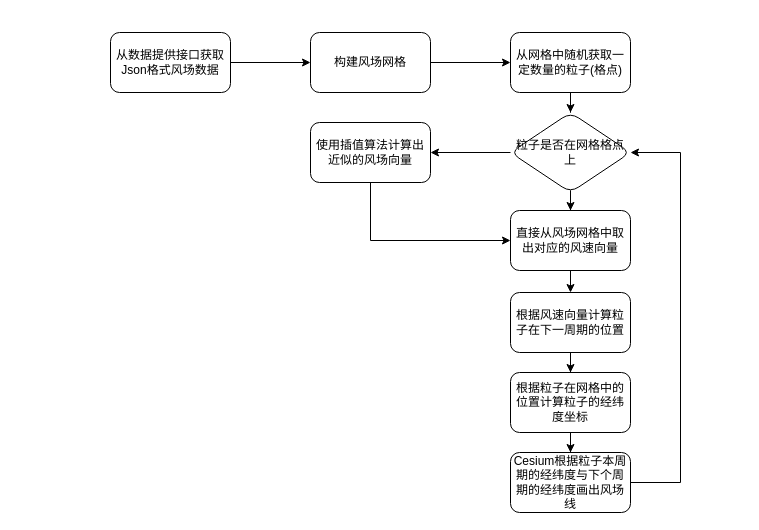
Before: particle-draw.drawio in xiangsanliu/drawio, a draw.io diagram. Source tidied: cells renumbered, new cells numbered last; positions are measured from the earlier drawing's top-left corner, leaving out a move shared by most shapes. Both pictures are drawn from the tidied source at 100%, with x=0, y=0 at pixel (110, 32).
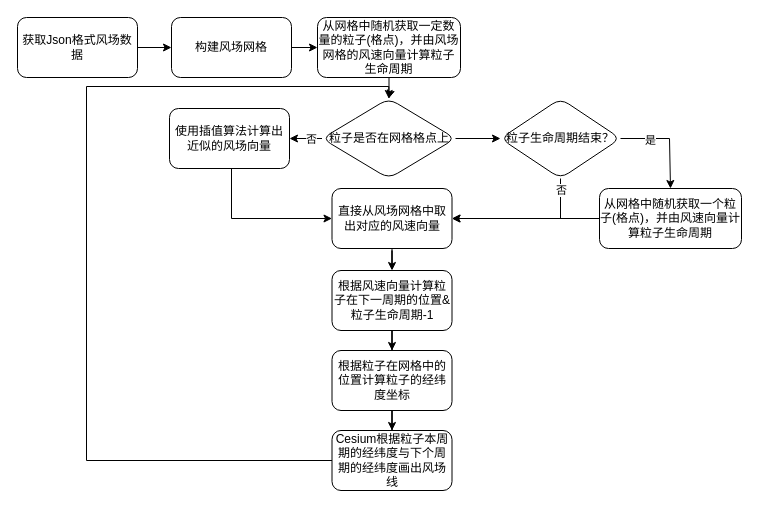
After the change.

The edit, as a diff of the source:
```diff
@@
-    <mxCell id="3" value="从数据提供接口获取Json格式风场数据" style="rounded=1;whiteSpace=wrap;html=1;" parent="1" vertex="1">
-      <mxGeometry width="120" height="60" as="geometry" />
+    <mxCell id="3" value="获取Json格式风场数据" style="rounded=1;whiteSpace=wrap;html=1;" parent="1" vertex="1">
+      <mxGeometry x="-93" y="-15" width="120" height="60" as="geometry" />
     </mxCell>
@@
     <mxCell id="5" value="构建风场网格" style="whiteSpace=wrap;html=1;rounded=1;" parent="1" vertex="1">
-      <mxGeometry x="200" width="120" height="60" as="geometry" />
+      <mxGeometry x="61" y="-15" width="120" height="60" as="geometry" />
     </mxCell>
-    <mxCell id="6" style="edgeStyle=orthogonalEdgeStyle;rounded=0;jettySize=auto;html=1;" parent="1" edge="1" source="7" target="10">
+    <mxCell id="6" style="edgeStyle=orthogonalEdgeStyle;rounded=0;jettySize=auto;html=1;entryX=0.5;entryY=0;entryDx=0;entryDy=0;" parent="1" edge="1" source="7" target="10">
       <mxGeometry relative="1" as="geometry" />
     </mxCell>
-    <mxCell id="7" value="从网格中随机获取一定数量的粒子(格点)" style="whiteSpace=wrap;html=1;rounded=1;" parent="1" vertex="1">
-      <mxGeometry x="400" width="120" height="60" as="geometry" />
+    <mxCell id="7" value="从网格中随机获取一定数量的粒子(格点)，并由风场网格的风速向量计算粒子生命周期" style="whiteSpace=wrap;html=1;rounded=1;" parent="1" vertex="1">
+      <mxGeometry x="207" y="-15" width="143" height="60" as="geometry" />
     </mxCell>
-    <mxCell id="8" style="edgeStyle=orthogonalEdgeStyle;rounded=0;jettySize=auto;html=1;" parent="1" edge="1" source="10" target="12">
+    <mxCell id="8" style="edgeStyle=orthogonalEdgeStyle;rounded=0;jettySize=auto;html=1;entryX=0;entryY=0.5;entryDx=0;entryDy=0;" parent="1" edge="1" source="10" target="26">
       <mxGeometry relative="1" as="geometry" />
     </mxCell>
-    <mxCell id="9" style="edgeStyle=orthogonalEdgeStyle;rounded=0;jettySize=auto;html=1;" parent="1" edge="1" source="10" target="20">
+    <mxCell id="9" style="edgeStyle=orthogonalEdgeStyle;rounded=0;jettySize=auto;html=1;entryX=1;entryY=0.5;entryDx=0;entryDy=0;" parent="1" edge="1" source="10" target="20">
       <mxGeometry relative="1" as="geometry" />
     </mxCell>
+    <mxCell id="21" value="否" style="edgeLabel;html=1;align=center;verticalAlign=middle;" parent="9" vertex="1">
+      <mxGeometry x="0.06" y="-18" relative="1" as="geometry">
+        <mxPoint x="3.5" y="-18" as="offset" />
+      </mxGeometry>
+    </mxCell>
     <mxCell id="10" value="粒子是否在网格格点上" style="rhombus;whiteSpace=wrap;html=1;rounded=1;" parent="1" vertex="1">
-      <mxGeometry x="400" y="80" width="120" height="80" as="geometry" />
+      <mxGeometry x="211.5" y="66" width="133.5" height="80" as="geometry" />
     </mxCell>
@@
     <mxCell id="12" value="直接从风场网格中取出对应的风速向量" style="whiteSpace=wrap;html=1;rounded=1;" parent="1" vertex="1">
-      <mxGeometry x="400" y="178" width="120" height="60" as="geometry" />
+      <mxGeometry x="221.5" y="156" width="120" height="60" as="geometry" />
     </mxCell>
@@
-    <mxCell id="14" value="根据风速向量计算粒子在下一周期的位置" style="whiteSpace=wrap;html=1;rounded=1;" parent="1" vertex="1">
-      <mxGeometry x="400" y="260" width="120" height="60" as="geometry" />
+    <mxCell id="14" value="根据风速向量计算粒子在下一周期的位置&amp;amp;粒子生命周期-1" style="whiteSpace=wrap;html=1;rounded=1;" parent="1" vertex="1">
+      <mxGeometry x="221.5" y="238" width="120" height="60" as="geometry" />
     </mxCell>
@@
     <mxCell id="16" value="&lt;div&gt;根据粒子在网格中的位置计算粒子的经纬度坐标&lt;/div&gt;" style="whiteSpace=wrap;html=1;rounded=1;" parent="1" vertex="1">
-      <mxGeometry x="400" y="340" width="120" height="60" as="geometry" />
+      <mxGeometry x="221.5" y="318" width="120" height="60" as="geometry" />
     </mxCell>
-    <mxCell id="17" style="edgeStyle=orthogonalEdgeStyle;rounded=0;jettySize=auto;html=1;entryX=1;entryY=0.5;entryDx=0;entryDy=0;" parent="1" edge="1" source="18" target="10">
+    <mxCell id="17" style="edgeStyle=orthogonalEdgeStyle;rounded=0;jettySize=auto;html=1;entryX=0.5;entryY=0;entryDx=0;entryDy=0;" parent="1" edge="1" source="18" target="10">
       <mxGeometry relative="1" as="geometry">
         <Array as="points">
-          <mxPoint x="570" y="450" />
-          <mxPoint x="570" y="120" />
+          <mxPoint x="-24" y="428" />
+          <mxPoint x="-24" y="54" />
+          <mxPoint x="278" y="54" />
         </Array>
       </mxGeometry>
     </mxCell>
     <mxCell id="18" value="Cesium根据粒子本周期的经纬度与下个周期的经纬度画出风场线" style="whiteSpace=wrap;html=1;rounded=1;" parent="1" vertex="1">
-      <mxGeometry x="400" y="420" width="120" height="60" as="geometry" />
+      <mxGeometry x="221.5" y="398" width="120" height="60" as="geometry" />
     </mxCell>
-    <mxCell id="19" style="edgeStyle=orthogonalEdgeStyle;rounded=0;jettySize=auto;html=1;entryX=0;entryY=0.5;entryDx=0;entryDy=0;" parent="1" edge="1" source="20" target="12">
+    <mxCell id="19" style="edgeStyle=orthogonalEdgeStyle;rounded=0;jettySize=auto;html=1;entryX=0;entryY=0.5;entryDx=0;entryDy=0;exitX=0.5;exitY=1;exitDx=0;exitDy=0;" parent="1" edge="1" source="20" target="12">
       <mxGeometry relative="1" as="geometry">
         <Array as="points">
-          <mxPoint x="260" y="208" />
+          <mxPoint x="121" y="136" />
+          <mxPoint x="121" y="186" />
         </Array>
       </mxGeometry>
     </mxCell>
     <mxCell id="20" value="使用插值算法计算出近似的风场向量" style="whiteSpace=wrap;html=1;rounded=1;" parent="1" vertex="1">
-      <mxGeometry x="200" y="90" width="120" height="60" as="geometry" />
+      <mxGeometry x="59" y="76" width="120" height="60" as="geometry" />
     </mxCell>
+    <mxCell id="22" style="edgeStyle=orthogonalEdgeStyle;rounded=0;jettySize=auto;html=1;entryX=0.5;entryY=0;entryDx=0;entryDy=0;" parent="1" edge="1" source="26" target="28">
+      <mxGeometry relative="1" as="geometry">
+        <Array as="points">
+          <mxPoint x="559" y="106" />
+        </Array>
+      </mxGeometry>
+    </mxCell>
+    <mxCell id="23" value="是" style="edgeLabel;html=1;align=center;verticalAlign=middle;" parent="22" vertex="1">
+      <mxGeometry x="-0.41" y="-1" relative="1" as="geometry" />
+    </mxCell>
+    <mxCell id="24" style="edgeStyle=orthogonalEdgeStyle;rounded=0;jettySize=auto;html=1;entryX=1;entryY=0.5;entryDx=0;entryDy=0;" parent="1" edge="1" source="26" target="12">
+      <mxGeometry relative="1" as="geometry">
+        <Array as="points">
+          <mxPoint x="450" y="186" />
+        </Array>
+      </mxGeometry>
+    </mxCell>
+    <mxCell id="25" value="否" style="edgeLabel;html=1;align=center;verticalAlign=middle;" parent="24" vertex="1">
+      <mxGeometry x="-0.85" relative="1" as="geometry" />
+    </mxCell>
+    <mxCell id="26" value="粒子生命周期结束？" style="rhombus;whiteSpace=wrap;html=1;rounded=1;" parent="1" vertex="1">
+      <mxGeometry x="390" y="66" width="120" height="80" as="geometry" />
+    </mxCell>
+    <mxCell id="27" style="edgeStyle=orthogonalEdgeStyle;rounded=0;jettySize=auto;html=1;" parent="1" edge="1" source="28" target="12">
+      <mxGeometry relative="1" as="geometry" />
+    </mxCell>
+    <mxCell id="28" value="从网格中随机获取一个粒子(格点)，并由风速向量计算粒子生命周期" style="whiteSpace=wrap;html=1;rounded=1;" parent="1" vertex="1">
+      <mxGeometry x="489" y="156" width="142" height="60" as="geometry" />
+    </mxCell>
```
